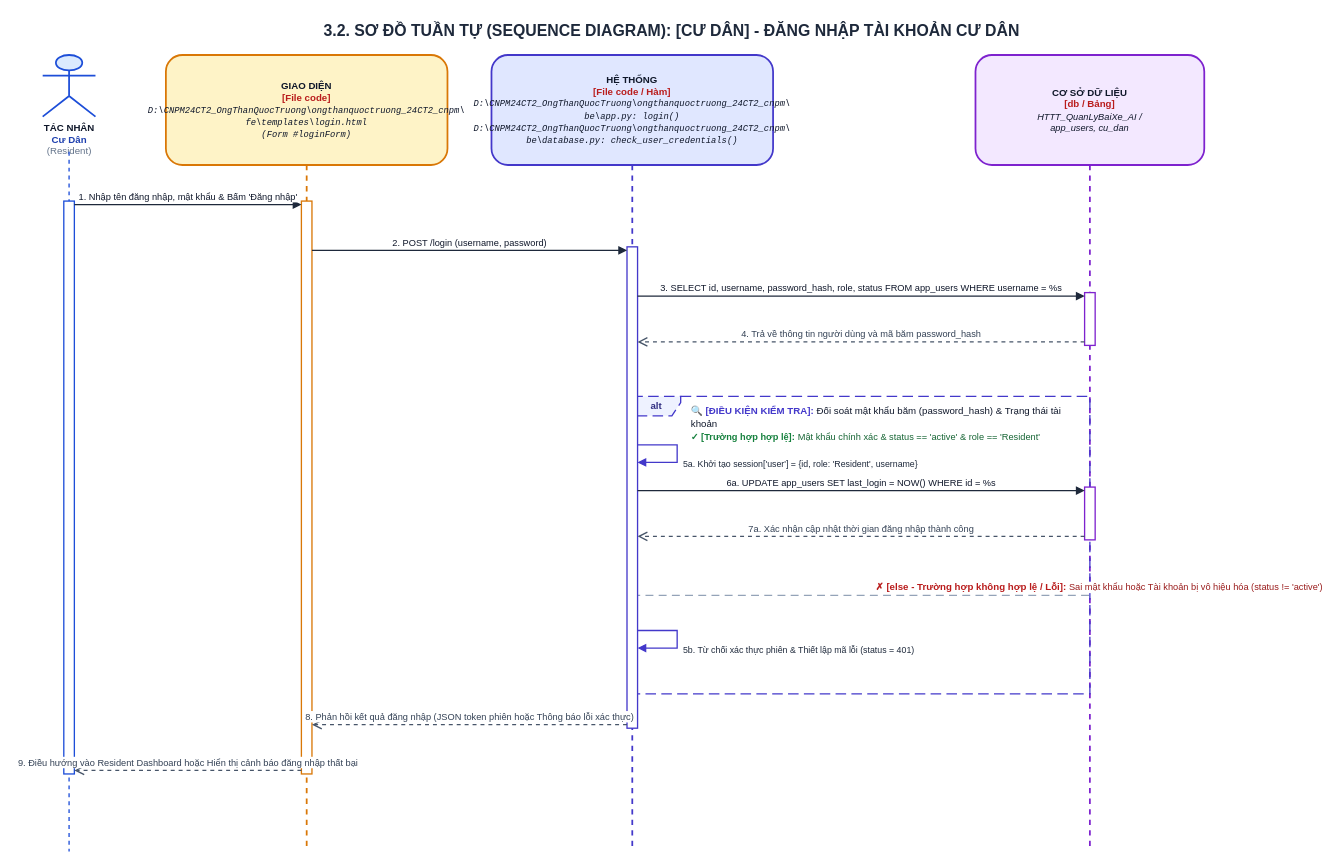
Above: ongthanquoctruong_24CT2_cnpm/docs/drawio/uc02_resident_login.drawio in Truong027/CNPM24 (draw.io), before the change. Source tidied: cells renumbered, new cells numbered last; positions are measured from the earlier drawing's top-left corner, leaving out a move shared by most shapes. Both pictures are drawn from the tidied source at 88%, with x=0, y=0 at pixel (33, 15).
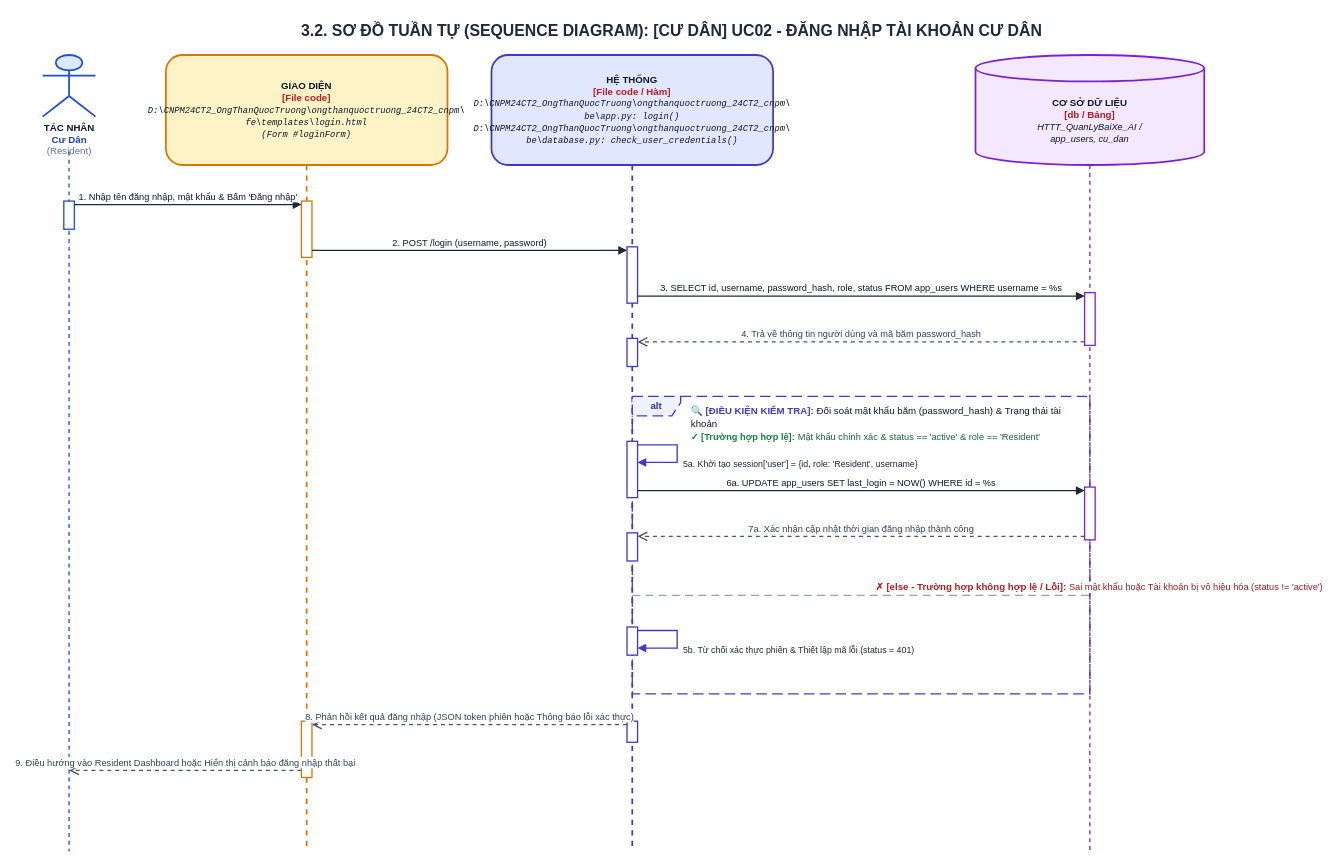
The same page after the edit.

Diff of the diagram source:
```diff
@@
-    <mxCell id="2" value="&lt;b&gt;3.2. SƠ ĐỒ TUẦN TỰ (SEQUENCE DIAGRAM): [CƯ DÂN] - ĐĂNG NHẬP TÀI KHOẢN CƯ DÂN&lt;/b&gt;" style="text;html=1;strokeColor=none;fillColor=none;align=center;verticalAlign=middle;whiteSpace=wrap;rounded=0;fontSize=18;fontColor=#1E293B;fontStyle=1;" parent="1" vertex="1">
+    <mxCell id="2" value="&lt;b&gt;3.2. SƠ ĐỒ TUẦN TỰ (SEQUENCE DIAGRAM): [CƯ DÂN] UC02 - ĐĂNG NHẬP TÀI KHOẢN CƯ DÂN&lt;/b&gt;" style="text;html=1;strokeColor=none;fillColor=none;align=center;verticalAlign=middle;whiteSpace=wrap;rounded=0;fontSize=18;fontColor=#1E293B;fontStyle=1;" parent="1" vertex="1">
       <mxGeometry width="1450" height="35" as="geometry" />
     </mxCell>
@@
+    <mxCell id="26" value="&lt;b&gt;CƠ SỞ DỮ LIỆU&lt;/b&gt;&lt;br/&gt;&lt;font color='#B91C1C'&gt;&lt;b&gt;[db / Bảng]&lt;/b&gt;&lt;/font&gt;&lt;br/&gt;&lt;font style='font-size: 10.5px;'&gt;&lt;i&gt;HTTT_QuanLyBaiXe_AI /&lt;br/&gt;app_users, cu_dan&lt;/i&gt;&lt;/font&gt;" style="shape=cylinder3;whiteSpace=wrap;html=1;boundedLbl=1;backgroundOutline=1;size=15;fillColor=#F3E8FF;strokeColor=#7E22CE;strokeWidth=2;fontColor=#0F172A;align=center;fontSize=11;" parent="1" vertex="1">
+      <mxGeometry x="1070" y="45" width="260" height="125" as="geometry" />
+    </mxCell>
-    <mxCell id="7" value="&lt;b&gt;CƠ SỞ DỮ LIỆU&lt;/b&gt;&lt;br/&gt;&lt;font color='#B91C1C'&gt;&lt;b&gt;[db / Bảng]&lt;/b&gt;&lt;/font&gt;&lt;br/&gt;&lt;font style='font-size: 10.5px;'&gt;&lt;i&gt;HTTT_QuanLyBaiXe_AI /&lt;br/&gt;app_users, cu_dan&lt;/i&gt;&lt;/font&gt;" style="shape=umlLifeline;perimeter=lifelinePerimeter;whiteSpace=wrap;html=1;size=125;fillColor=#F3E8FF;strokeColor=#7E22CE;strokeWidth=2;fontColor=#0F172A;rounded=1;shadow=0;fontSize=11;align=center;" parent="1" vertex="1">
-      <mxGeometry x="1070" y="45" width="260" height="905" as="geometry" />
+    <mxCell id="7" style="endArrow=none;dashed=1;html=1;strokeWidth=1.5;strokeColor=#7E22CE;" parent="1" edge="1">
+      <mxGeometry relative="1" as="geometry">
+        <mxPoint x="1200" y="170" as="sourcePoint" />
+        <mxPoint x="1200" y="950" as="targetPoint" />
+      </mxGeometry>
     </mxCell>
@@
-    <mxCell id="11" style="html=1;perimeter=orthogonalPerimeter;targetShapes=umlLifeline;topToBottom=1;fillColor=#FFFFFF;strokeColor=#1D4ED8;strokeWidth=1.5;rounded=0;" parent="1" vertex="1">
-      <mxGeometry x="34" y="211" width="12" height="651" as="geometry" />
-    </mxCell>
-    <mxCell id="12" style="html=1;perimeter=orthogonalPerimeter;targetShapes=umlLifeline;topToBottom=1;fillColor=#FFFFFF;strokeColor=#D97706;strokeWidth=1.5;rounded=0;" parent="1" vertex="1">
-      <mxGeometry x="304" y="211" width="12" height="651" as="geometry" />
-    </mxCell>
-    <mxCell id="13" style="html=1;perimeter=orthogonalPerimeter;targetShapes=umlLifeline;topToBottom=1;fillColor=#FFFFFF;strokeColor=#4338CA;strokeWidth=1.5;rounded=0;" parent="1" vertex="1">
-      <mxGeometry x="674" y="263" width="12" height="547" as="geometry" />
-    </mxCell>
+    <mxCell id="27" style="html=1;perimeter=orthogonalPerimeter;targetShapes=umlLifeline;topToBottom=1;fillColor=#FFFFFF;strokeColor=#1D4ED8;strokeWidth=1.5;rounded=0;" parent="1" vertex="1">
+      <mxGeometry x="34" y="211" width="12" height="32" as="geometry" />
+    </mxCell>
+    <mxCell id="28" style="html=1;perimeter=orthogonalPerimeter;targetShapes=umlLifeline;topToBottom=1;fillColor=#FFFFFF;strokeColor=#D97706;strokeWidth=1.5;rounded=0;" parent="1" vertex="1">
+      <mxGeometry x="304" y="211" width="12" height="64" as="geometry" />
+    </mxCell>
+    <mxCell id="29" style="html=1;perimeter=orthogonalPerimeter;targetShapes=umlLifeline;topToBottom=1;fillColor=#FFFFFF;strokeColor=#D97706;strokeWidth=1.5;rounded=0;" parent="1" vertex="1">
+      <mxGeometry x="304" y="802" width="12" height="64" as="geometry" />
+    </mxCell>
+    <mxCell id="30" style="html=1;perimeter=orthogonalPerimeter;targetShapes=umlLifeline;topToBottom=1;fillColor=#FFFFFF;strokeColor=#4338CA;strokeWidth=1.5;rounded=0;" parent="1" vertex="1">
+      <mxGeometry x="674" y="263" width="12" height="64" as="geometry" />
+    </mxCell>
+    <mxCell id="31" style="html=1;perimeter=orthogonalPerimeter;targetShapes=umlLifeline;topToBottom=1;fillColor=#FFFFFF;strokeColor=#4338CA;strokeWidth=1.5;rounded=0;" parent="1" vertex="1">
+      <mxGeometry x="674" y="367" width="12" height="32" as="geometry" />
+    </mxCell>
+    <mxCell id="32" style="html=1;perimeter=orthogonalPerimeter;targetShapes=umlLifeline;topToBottom=1;fillColor=#FFFFFF;strokeColor=#4338CA;strokeWidth=1.5;rounded=0;" parent="1" vertex="1">
+      <mxGeometry x="674" y="484" width="12" height="64" as="geometry" />
+    </mxCell>
+    <mxCell id="33" style="html=1;perimeter=orthogonalPerimeter;targetShapes=umlLifeline;topToBottom=1;fillColor=#FFFFFF;strokeColor=#4338CA;strokeWidth=1.5;rounded=0;" parent="1" vertex="1">
+      <mxGeometry x="674" y="588" width="12" height="32" as="geometry" />
+    </mxCell>
+    <mxCell id="34" style="html=1;perimeter=orthogonalPerimeter;targetShapes=umlLifeline;topToBottom=1;fillColor=#FFFFFF;strokeColor=#4338CA;strokeWidth=1.5;rounded=0;" parent="1" vertex="1">
+      <mxGeometry x="674" y="695" width="12" height="32" as="geometry" />
+    </mxCell>
+    <mxCell id="35" style="html=1;perimeter=orthogonalPerimeter;targetShapes=umlLifeline;topToBottom=1;fillColor=#FFFFFF;strokeColor=#4338CA;strokeWidth=1.5;rounded=0;" parent="1" vertex="1">
+      <mxGeometry x="674" y="802" width="12" height="24" as="geometry" />
+    </mxCell>
@@
     <mxCell id="25" value="9. Điều hướng vào Resident Dashboard hoặc Hiển thị cảnh báo đăng nhập thất bại" style="html=1;verticalAlign=bottom;endArrow=open;dashed=1;endSize=8;rounded=0;strokeColor=#475569;strokeWidth=1.5;fontColor=#334155;fontSize=10.5;" parent="1" edge="1">
       <mxGeometry relative="1" as="geometry">
         <mxPoint x="304" y="858" as="sourcePoint" />
-        <mxPoint x="46" y="858" as="targetPoint" />
+        <mxPoint x="40" y="858" as="targetPoint" />
       </mxGeometry>
     </mxCell>
```
